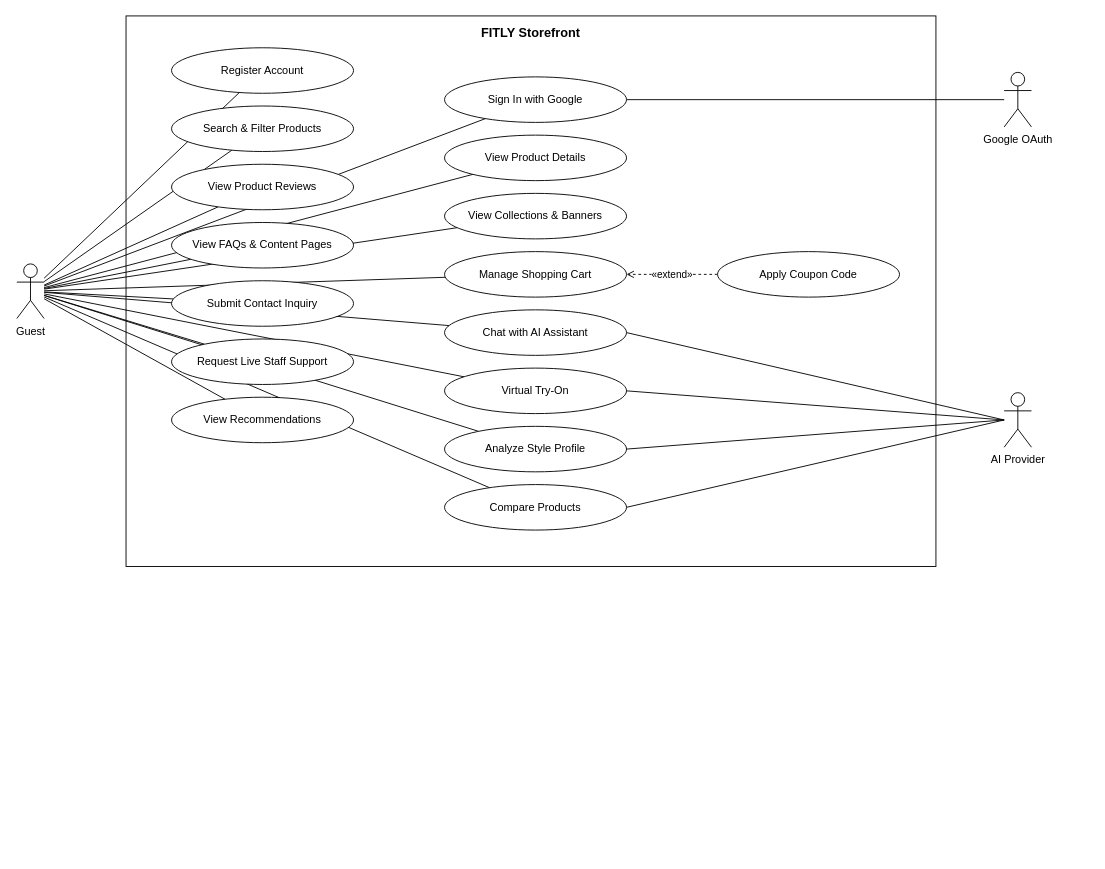
This is page "Guest - Browsing & Account" (2 of 15) of docs/design/usecase/FITLY-usecase.drawio from vietcachep/eco_fashion_be, a draw.io file, before an edit. Source tidied: cells renumbered, new cells numbered last; positions are measured from the earlier drawing's top-left corner, leaving out a move shared by most shapes. Both pictures are drawn from the tidied source at 91%, with x=0, y=0 at pixel (16, 15).
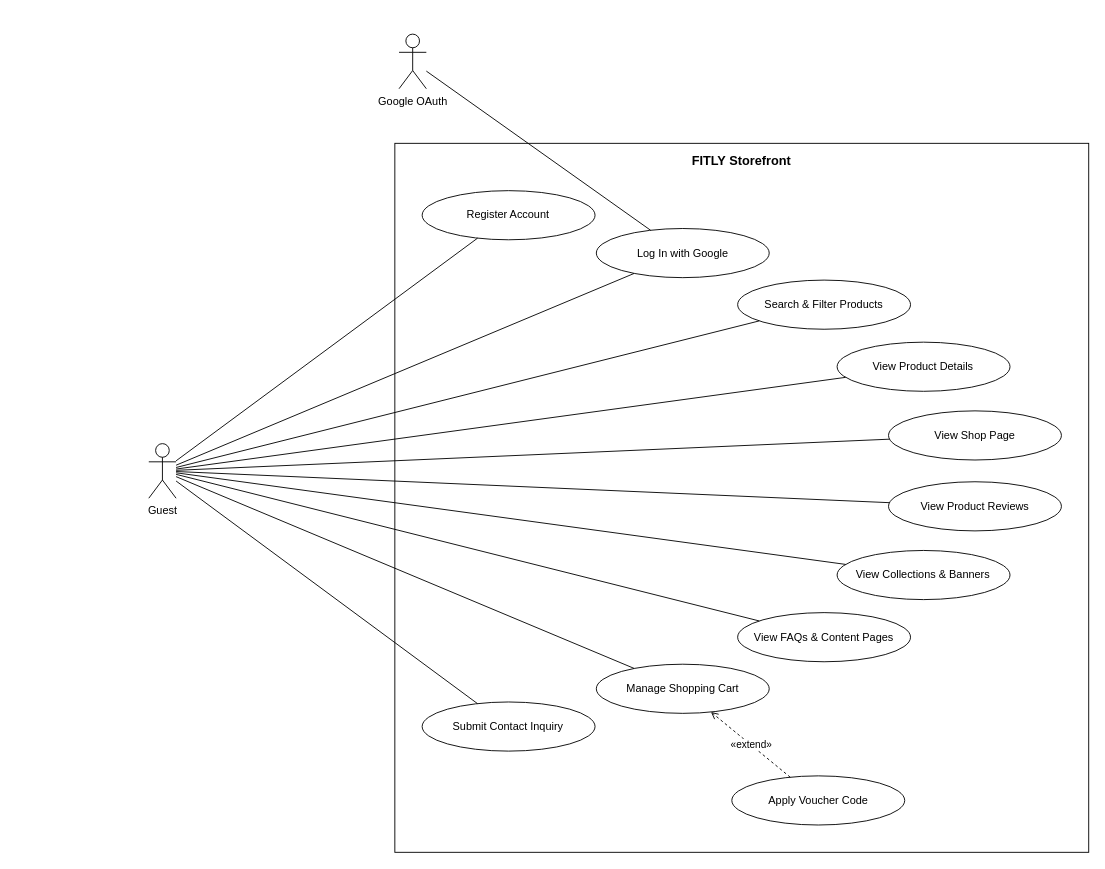
The same page after the edit.

Change to the diagram source:
```diff
@@
-    <mxCell id="2" style="edgeStyle=none;html=1;rounded=0;endArrow=none;" parent="1" edge="1" source="40" target="24">
-      <mxGeometry relative="1" as="geometry" />
-    </mxCell>
-    <mxCell id="3" style="edgeStyle=none;html=1;rounded=0;endArrow=none;" parent="1" edge="1" source="40" target="25">
-      <mxGeometry relative="1" as="geometry" />
-    </mxCell>
-    <mxCell id="4" style="edgeStyle=none;html=1;rounded=0;endArrow=none;" parent="1" edge="1" source="40" target="26">
-      <mxGeometry relative="1" as="geometry" />
-    </mxCell>
-    <mxCell id="5" style="edgeStyle=none;html=1;rounded=0;endArrow=none;" parent="1" edge="1" source="40" target="27">
-      <mxGeometry relative="1" as="geometry" />
-    </mxCell>
-    <mxCell id="6" style="edgeStyle=none;html=1;rounded=0;endArrow=none;" parent="1" edge="1" source="40" target="28">
-      <mxGeometry relative="1" as="geometry" />
-    </mxCell>
-    <mxCell id="7" style="edgeStyle=none;html=1;rounded=0;endArrow=none;" parent="1" edge="1" source="40" target="29">
-      <mxGeometry relative="1" as="geometry" />
-    </mxCell>
-    <mxCell id="8" style="edgeStyle=none;html=1;rounded=0;endArrow=none;" parent="1" edge="1" source="40" target="30">
-      <mxGeometry relative="1" as="geometry" />
-    </mxCell>
-    <mxCell id="9" style="edgeStyle=none;html=1;rounded=0;endArrow=none;" parent="1" edge="1" source="40" target="31">
-      <mxGeometry relative="1" as="geometry" />
-    </mxCell>
-    <mxCell id="10" style="edgeStyle=none;html=1;rounded=0;endArrow=none;" parent="1" edge="1" source="40" target="33">
-      <mxGeometry relative="1" as="geometry" />
-    </mxCell>
-    <mxCell id="11" style="edgeStyle=none;html=1;rounded=0;endArrow=none;" parent="1" edge="1" source="40" target="34">
-      <mxGeometry relative="1" as="geometry" />
-    </mxCell>
-    <mxCell id="12" style="edgeStyle=none;html=1;rounded=0;endArrow=none;" parent="1" edge="1" source="40" target="35">
-      <mxGeometry relative="1" as="geometry" />
-    </mxCell>
-    <mxCell id="13" style="edgeStyle=none;html=1;rounded=0;endArrow=none;" parent="1" edge="1" source="40" target="36">
-      <mxGeometry relative="1" as="geometry" />
-    </mxCell>
-    <mxCell id="14" style="edgeStyle=none;html=1;rounded=0;endArrow=none;" parent="1" edge="1" source="40" target="37">
-      <mxGeometry relative="1" as="geometry" />
-    </mxCell>
-    <mxCell id="15" style="edgeStyle=none;html=1;rounded=0;endArrow=none;" parent="1" edge="1" source="40" target="38">
-      <mxGeometry relative="1" as="geometry" />
-    </mxCell>
-    <mxCell id="16" style="edgeStyle=none;html=1;rounded=0;endArrow=none;" parent="1" edge="1" source="40" target="39">
-      <mxGeometry relative="1" as="geometry" />
-    </mxCell>
-    <mxCell id="17" value="«extend»" style="edgeStyle=none;html=1;rounded=0;dashed=1;endArrow=open;endFill=0;fontSize=11;" parent="1" edge="1" source="32" target="31">
-      <mxGeometry relative="1" as="geometry" />
-    </mxCell>
-    <mxCell id="18" style="edgeStyle=none;html=1;rounded=0;endArrow=none;exitX=1;exitY=0.5;entryX=0;entryY=0.5;" parent="1" edge="1" source="25" target="41">
-      <mxGeometry relative="1" as="geometry" />
-    </mxCell>
-    <mxCell id="19" style="edgeStyle=none;html=1;rounded=0;endArrow=none;exitX=1;exitY=0.5;entryX=0;entryY=0.5;" parent="1" edge="1" source="34" target="42">
-      <mxGeometry relative="1" as="geometry" />
-    </mxCell>
-    <mxCell id="20" style="edgeStyle=none;html=1;rounded=0;endArrow=none;exitX=1;exitY=0.5;entryX=0;entryY=0.5;" parent="1" edge="1" source="36" target="42">
-      <mxGeometry relative="1" as="geometry" />
-    </mxCell>
-    <mxCell id="21" style="edgeStyle=none;html=1;rounded=0;endArrow=none;exitX=1;exitY=0.5;entryX=0;entryY=0.5;" parent="1" edge="1" source="37" target="42">
-      <mxGeometry relative="1" as="geometry" />
-    </mxCell>
-    <mxCell id="22" style="edgeStyle=none;html=1;rounded=0;endArrow=none;exitX=1;exitY=0.5;entryX=0;entryY=0.5;" parent="1" edge="1" source="38" target="42">
-      <mxGeometry relative="1" as="geometry" />
-    </mxCell>
     <mxCell id="23" value="FITLY Storefront" style="rounded=0;whiteSpace=wrap;html=1;fillColor=none;verticalAlign=top;fontStyle=1;fontSize=14;spacingTop=4;" parent="1" vertex="1">
-      <mxGeometry x="120" width="890" height="605" as="geometry" />
+      <mxGeometry x="415.4" y="140" width="762.5" height="779.1" as="geometry" />
     </mxCell>
     <mxCell id="24" value="Register Account" style="ellipse;whiteSpace=wrap;html=1;fontSize=12;fillColor=#FFFFFF;" parent="1" vertex="1">
-      <mxGeometry x="170" y="35" width="200" height="50" as="geometry" />
+      <mxGeometry x="445.4" y="192" width="190" height="54" as="geometry" />
     </mxCell>
-    <mxCell id="25" value="Sign In with Google" style="ellipse;whiteSpace=wrap;html=1;fontSize=12;fillColor=#FFFFFF;" parent="1" vertex="1">
-      <mxGeometry x="470" y="67" width="200" height="50" as="geometry" />
+    <mxCell id="25" value="Log In with Google" style="ellipse;whiteSpace=wrap;html=1;fontSize=12;fillColor=#FFFFFF;" parent="1" vertex="1">
+      <mxGeometry x="636.8" y="233.6" width="190" height="54" as="geometry" />
     </mxCell>
     <mxCell id="26" value="Search &amp; Filter Products" style="ellipse;whiteSpace=wrap;html=1;fontSize=12;fillColor=#FFFFFF;" parent="1" vertex="1">
-      <mxGeometry x="170" y="99" width="200" height="50" as="geometry" />
+      <mxGeometry x="792.1" y="290.3" width="190" height="54" as="geometry" />
     </mxCell>
     <mxCell id="27" value="View Product Details" style="ellipse;whiteSpace=wrap;html=1;fontSize=12;fillColor=#FFFFFF;" parent="1" vertex="1">
-      <mxGeometry x="470" y="131" width="200" height="50" as="geometry" />
+      <mxGeometry x="901.4" y="358.5" width="190" height="54" as="geometry" />
     </mxCell>
-    <mxCell id="28" value="View Product Reviews" style="ellipse;whiteSpace=wrap;html=1;fontSize=12;fillColor=#FFFFFF;" parent="1" vertex="1">
-      <mxGeometry x="170" y="163" width="200" height="50" as="geometry" />
+    <mxCell id="28" value="View Shop Page" style="ellipse;whiteSpace=wrap;html=1;fontSize=12;fillColor=#FFFFFF;" parent="1" vertex="1">
+      <mxGeometry x="957.9" y="434" width="190" height="54" as="geometry" />
     </mxCell>
-    <mxCell id="29" value="View Collections &amp; Banners" style="ellipse;whiteSpace=wrap;html=1;fontSize=12;fillColor=#FFFFFF;" parent="1" vertex="1">
-      <mxGeometry x="470" y="195" width="200" height="50" as="geometry" />
+    <mxCell id="29" value="View Product Reviews" style="ellipse;whiteSpace=wrap;html=1;fontSize=12;fillColor=#FFFFFF;" parent="1" vertex="1">
+      <mxGeometry x="957.9" y="511.9" width="190" height="54" as="geometry" />
     </mxCell>
-    <mxCell id="30" value="View FAQs &amp; Content Pages" style="ellipse;whiteSpace=wrap;html=1;fontSize=12;fillColor=#FFFFFF;" parent="1" vertex="1">
-      <mxGeometry x="170" y="227" width="200" height="50" as="geometry" />
+    <mxCell id="30" value="View Collections &amp; Banners" style="ellipse;whiteSpace=wrap;html=1;fontSize=12;fillColor=#FFFFFF;" parent="1" vertex="1">
+      <mxGeometry x="901.4" y="587.4" width="190" height="54" as="geometry" />
     </mxCell>
-    <mxCell id="31" value="Manage Shopping Cart" style="ellipse;whiteSpace=wrap;html=1;fontSize=12;fillColor=#FFFFFF;" parent="1" vertex="1">
-      <mxGeometry x="470" y="259" width="200" height="50" as="geometry" />
+    <mxCell id="31" value="View FAQs &amp; Content Pages" style="ellipse;whiteSpace=wrap;html=1;fontSize=12;fillColor=#FFFFFF;" parent="1" vertex="1">
+      <mxGeometry x="792.1" y="655.7" width="190" height="54" as="geometry" />
     </mxCell>
-    <mxCell id="32" value="Apply Coupon Code" style="ellipse;whiteSpace=wrap;html=1;fontSize=12;fillColor=#FFFFFF;" parent="1" vertex="1">
-      <mxGeometry x="770" y="259" width="200" height="50" as="geometry" />
+    <mxCell id="32" value="Manage Shopping Cart" style="ellipse;whiteSpace=wrap;html=1;fontSize=12;fillColor=#FFFFFF;" parent="1" vertex="1">
+      <mxGeometry x="636.8" y="712.4" width="190" height="54" as="geometry" />
     </mxCell>
     <mxCell id="33" value="Submit Contact Inquiry" style="ellipse;whiteSpace=wrap;html=1;fontSize=12;fillColor=#FFFFFF;" parent="1" vertex="1">
-      <mxGeometry x="170" y="291" width="200" height="50" as="geometry" />
+      <mxGeometry x="445.4" y="753.9" width="190" height="54" as="geometry" />
     </mxCell>
-    <mxCell id="34" value="Chat with AI Assistant" style="ellipse;whiteSpace=wrap;html=1;fontSize=12;fillColor=#FFFFFF;" parent="1" vertex="1">
-      <mxGeometry x="470" y="323" width="200" height="50" as="geometry" />
+    <mxCell id="34" value="Apply Voucher Code" style="ellipse;whiteSpace=wrap;html=1;fontSize=12;fillColor=#FFFFFF;" parent="1" vertex="1">
+      <mxGeometry x="785.7" y="835.1" width="190" height="54" as="geometry" />
     </mxCell>
-    <mxCell id="35" value="Request Live Staff Support" style="ellipse;whiteSpace=wrap;html=1;fontSize=12;fillColor=#FFFFFF;" parent="1" vertex="1">
-      <mxGeometry x="170" y="355" width="200" height="50" as="geometry" />
+    <mxCell id="35" value="Guest" style="shape=umlActor;verticalLabelPosition=bottom;verticalAlign=top;html=1;outlineConnect=0;" parent="1" vertex="1">
+      <mxGeometry x="145" y="470" width="30" height="60" as="geometry" />
     </mxCell>
-    <mxCell id="36" value="Virtual Try-On" style="ellipse;whiteSpace=wrap;html=1;fontSize=12;fillColor=#FFFFFF;" parent="1" vertex="1">
-      <mxGeometry x="470" y="387" width="200" height="50" as="geometry" />
+    <mxCell id="36" value="Google OAuth" style="shape=umlActor;verticalLabelPosition=bottom;verticalAlign=top;html=1;outlineConnect=0;" parent="1" vertex="1">
+      <mxGeometry x="420" y="20" width="30" height="60" as="geometry" />
     </mxCell>
-    <mxCell id="37" value="Analyze Style Profile" style="ellipse;whiteSpace=wrap;html=1;fontSize=12;fillColor=#FFFFFF;" parent="1" vertex="1">
-      <mxGeometry x="470" y="451" width="200" height="50" as="geometry" />
+    <mxCell id="37" style="edgeStyle=none;html=1;rounded=0;endArrow=none;" parent="1" edge="1" source="35" target="24">
+      <mxGeometry relative="1" as="geometry" />
     </mxCell>
-    <mxCell id="38" value="Compare Products" style="ellipse;whiteSpace=wrap;html=1;fontSize=12;fillColor=#FFFFFF;" parent="1" vertex="1">
-      <mxGeometry x="470" y="515" width="200" height="50" as="geometry" />
+    <mxCell id="38" style="edgeStyle=none;html=1;rounded=0;endArrow=none;" parent="1" edge="1" source="35" target="25">
+      <mxGeometry relative="1" as="geometry" />
     </mxCell>
-    <mxCell id="39" value="View Recommendations" style="ellipse;whiteSpace=wrap;html=1;fontSize=12;fillColor=#FFFFFF;" parent="1" vertex="1">
-      <mxGeometry x="170" y="419" width="200" height="50" as="geometry" />
+    <mxCell id="39" style="edgeStyle=none;html=1;rounded=0;endArrow=none;" parent="1" edge="1" source="35" target="26">
+      <mxGeometry relative="1" as="geometry" />
     </mxCell>
-    <mxCell id="40" value="Guest" style="shape=umlActor;verticalLabelPosition=bottom;verticalAlign=top;html=1;outlineConnect=0;" parent="1" vertex="1">
-      <mxGeometry y="272.5" width="30" height="60" as="geometry" />
+    <mxCell id="40" style="edgeStyle=none;html=1;rounded=0;endArrow=none;" parent="1" edge="1" source="35" target="27">
+      <mxGeometry relative="1" as="geometry" />
     </mxCell>
-    <mxCell id="41" value="Google OAuth" style="shape=umlActor;verticalLabelPosition=bottom;verticalAlign=top;html=1;outlineConnect=0;" parent="1" vertex="1">
-      <mxGeometry x="1085" y="62" width="30" height="60" as="geometry" />
+    <mxCell id="41" style="edgeStyle=none;html=1;rounded=0;endArrow=none;" parent="1" edge="1" source="35" target="28">
+      <mxGeometry relative="1" as="geometry" />
     </mxCell>
-    <mxCell id="42" value="AI Provider" style="shape=umlActor;verticalLabelPosition=bottom;verticalAlign=top;html=1;outlineConnect=0;" parent="1" vertex="1">
-      <mxGeometry x="1085" y="414" width="30" height="60" as="geometry" />
+    <mxCell id="42" style="edgeStyle=none;html=1;rounded=0;endArrow=none;" parent="1" edge="1" source="35" target="29">
+      <mxGeometry relative="1" as="geometry" />
     </mxCell>
+    <mxCell id="2" style="edgeStyle=none;html=1;rounded=0;endArrow=none;" parent="1" edge="1" source="35" target="30">
+      <mxGeometry relative="1" as="geometry" />
+    </mxCell>
+    <mxCell id="3" style="edgeStyle=none;html=1;rounded=0;endArrow=none;" parent="1" edge="1" source="35" target="31">
+      <mxGeometry relative="1" as="geometry" />
+    </mxCell>
+    <mxCell id="4" style="edgeStyle=none;html=1;rounded=0;endArrow=none;" parent="1" edge="1" source="35" target="32">
+      <mxGeometry relative="1" as="geometry" />
+    </mxCell>
+    <mxCell id="5" style="edgeStyle=none;html=1;rounded=0;endArrow=none;" parent="1" edge="1" source="35" target="33">
+      <mxGeometry relative="1" as="geometry" />
+    </mxCell>
+    <mxCell id="6" value="«extend»" style="edgeStyle=none;html=1;rounded=0;dashed=1;endArrow=open;endFill=0;fontSize=11;" parent="1" edge="1" source="34" target="32">
+      <mxGeometry relative="1" as="geometry" />
+    </mxCell>
+    <mxCell id="7" style="edgeStyle=none;html=1;rounded=0;endArrow=none;" parent="1" edge="1" source="36" target="25">
+      <mxGeometry relative="1" as="geometry" />
+    </mxCell>
```
